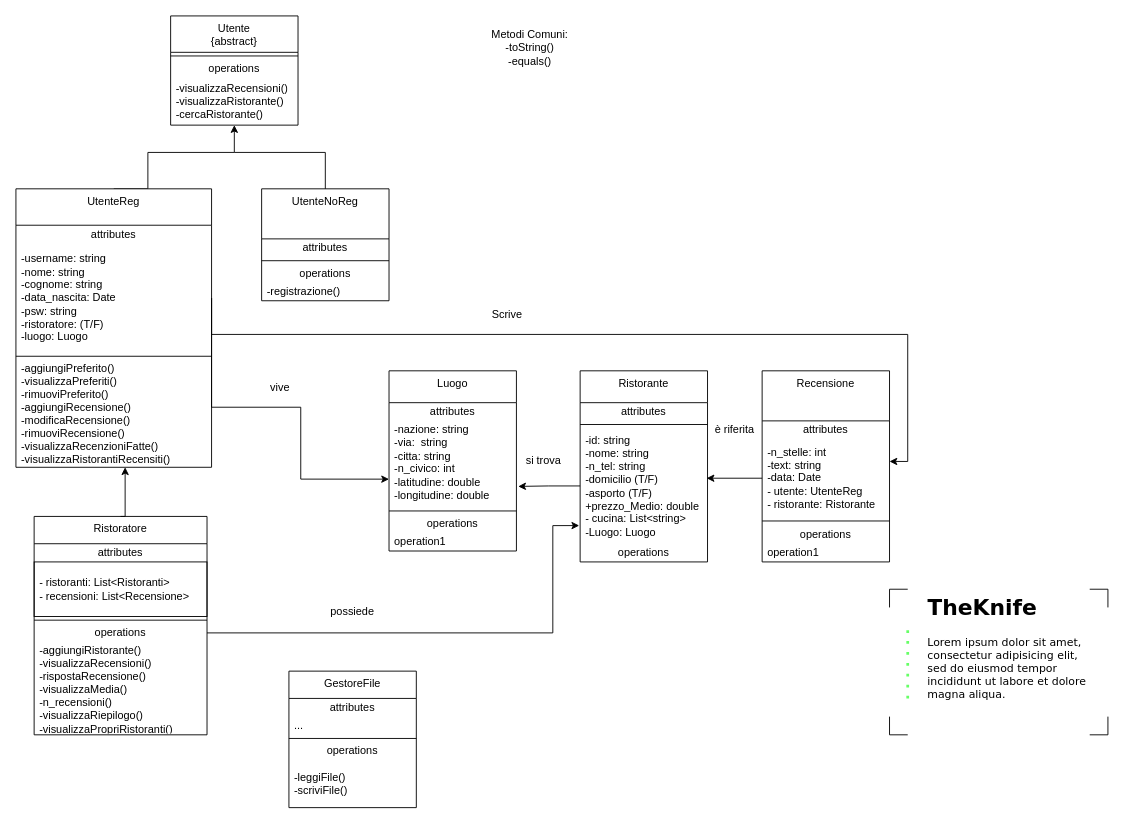
Tommaso-Ossuzio/TheKnife keeps this draw.io diagram as doc/UML.drawio. Above is the earlier version. Source tidied: cells renumbered, new cells numbered last; positions are measured from the earlier drawing's top-left corner, leaving out a move shared by most shapes. Both pictures are drawn from the tidied source at 91%, with x=0, y=0 at pixel (15, 15).
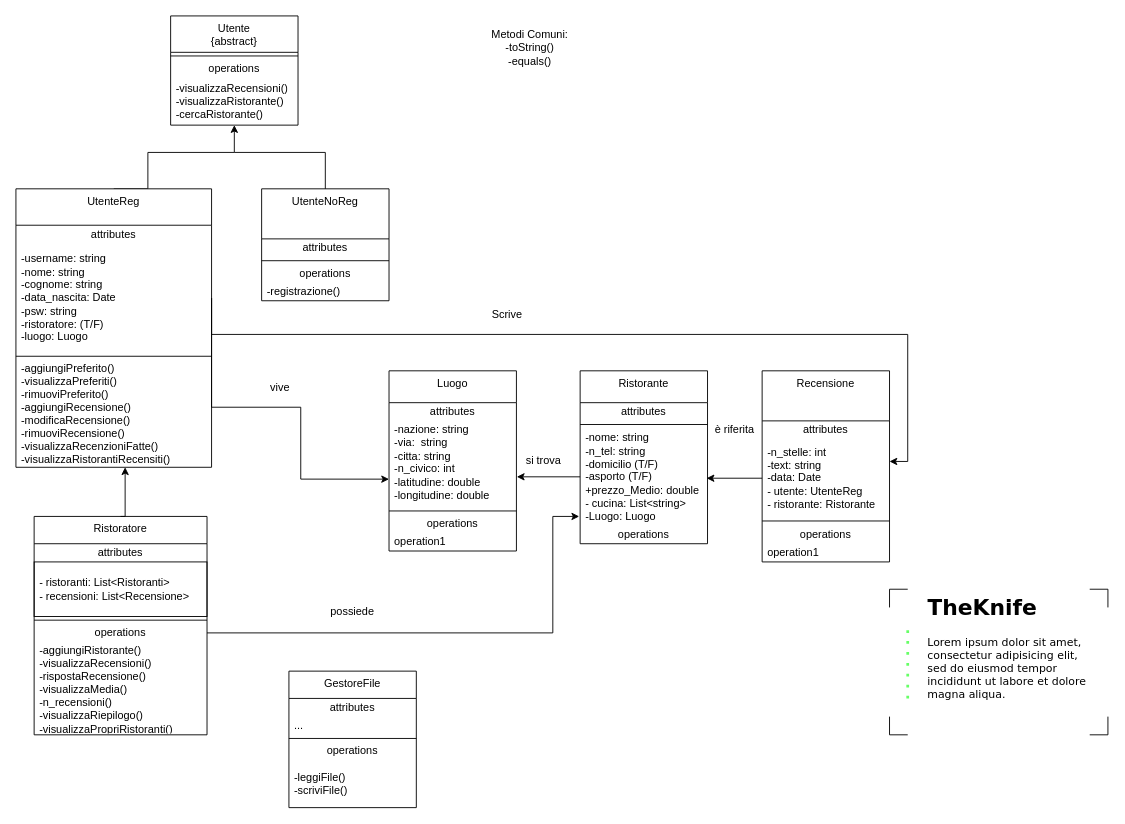
The same diagram, later.

Commit message (it also covers changes not shown here):
Creazione classe Ristorante, aggiornamento UML

The change refers to these unchanged cells:
```xml
<mxCell id="16" value="-nazione: string&lt;div&gt;-via:&amp;nbsp; string&lt;/div&gt;&lt;div&gt;-citta: string&lt;/div&gt;&lt;div&gt;-n_civico: int&lt;/div&gt;&lt;div&gt;&lt;div&gt;-latitudine: double&lt;/div&gt;&lt;div&gt;-longitudine: double&lt;/div&gt;&lt;/div&gt;&lt;div&gt;&lt;br&gt;&lt;/div&gt;" style="text;html=1;strokeColor=none;fillColor=none;align=left;verticalAlign=middle;spacingLeft=4;spacingRight=4;overflow=hidden;points=[[0,0.5],[1,0.5]];portConstraint=eastwest;whiteSpace=wrap;" parent="14" vertex="1">
  <mxGeometry y="55" width="140" height="95" as="geometry" />
</mxCell>
<mxCell id="45" value="operations" style="text;html=1;strokeColor=none;fillColor=none;align=center;verticalAlign=middle;spacingLeft=4;spacingRight=4;overflow=hidden;points=[[0,0.5],[1,0.5]];portConstraint=eastwest;whiteSpace=wrap;" parent="41" vertex="1">
  <mxGeometry y="118" width="190" height="20" as="geometry" />
</mxCell>
```

Change to the diagram source:
```diff
@@
     <mxCell id="9" value="Ristorante" style="swimlane;fontStyle=0;align=center;verticalAlign=top;horizontal=1;startSize=35;html=1;whiteSpace=wrap;" parent="1" vertex="1">
-      <mxGeometry x="620" y="390" width="140" height="210" as="geometry" />
+      <mxGeometry x="620" y="390" width="140" height="190" as="geometry" />
     </mxCell>
@@
-    <mxCell id="12" value="-id: string&lt;div&gt;&lt;span style=&quot;background-color: transparent; color: light-dark(rgb(0, 0, 0), rgb(255, 255, 255));&quot;&gt;-nome: string&lt;/span&gt;&lt;div&gt;-n_tel: string&lt;/div&gt;&lt;div&gt;-domicilio (T/F)&lt;/div&gt;&lt;div&gt;&lt;span style=&quot;background-color: transparent; color: light-dark(rgb(0, 0, 0), rgb(255, 255, 255));&quot;&gt;-asporto&amp;nbsp;&lt;/span&gt;&lt;span style=&quot;background-color: transparent; color: light-dark(rgb(0, 0, 0), rgb(255, 255, 255));&quot;&gt;(T/F)&lt;/span&gt;&lt;/div&gt;&lt;div&gt;+prezzo_Medio: double&lt;/div&gt;&lt;/div&gt;&lt;div&gt;- cucina: List&amp;lt;string&amp;gt;&lt;/div&gt;&lt;div&gt;-Luogo: Luogo&lt;/div&gt;" style="text;html=1;strokeColor=none;fillColor=none;align=left;verticalAlign=middle;spacingLeft=4;spacingRight=4;overflow=hidden;points=[[0,0.5],[1,0.5]];portConstraint=eastwest;whiteSpace=wrap;" parent="9" vertex="1">
-      <mxGeometry y="63" width="140" height="127" as="geometry" />
+    <mxCell id="12" value="&lt;div&gt;&lt;span style=&quot;background-color: transparent; color: light-dark(rgb(0, 0, 0), rgb(255, 255, 255));&quot;&gt;-nome: string&lt;/span&gt;&lt;div&gt;-n_tel: string&lt;/div&gt;&lt;div&gt;-domicilio (T/F)&lt;/div&gt;&lt;div&gt;&lt;span style=&quot;background-color: transparent; color: light-dark(rgb(0, 0, 0), rgb(255, 255, 255));&quot;&gt;-asporto&amp;nbsp;&lt;/span&gt;&lt;span style=&quot;background-color: transparent; color: light-dark(rgb(0, 0, 0), rgb(255, 255, 255));&quot;&gt;(T/F)&lt;/span&gt;&lt;/div&gt;&lt;div&gt;+prezzo_Medio: double&lt;/div&gt;&lt;/div&gt;&lt;div&gt;- cucina: List&amp;lt;string&amp;gt;&lt;/div&gt;&lt;div&gt;-Luogo: Luogo&lt;/div&gt;" style="text;html=1;strokeColor=none;fillColor=none;align=left;verticalAlign=middle;spacingLeft=4;spacingRight=4;overflow=hidden;points=[[0,0.5],[1,0.5]];portConstraint=eastwest;whiteSpace=wrap;" parent="9" vertex="1">
+      <mxGeometry y="63" width="140" height="107" as="geometry" />
     </mxCell>
     <mxCell id="13" value="operations" style="text;html=1;strokeColor=none;fillColor=none;align=center;verticalAlign=middle;spacingLeft=4;spacingRight=4;overflow=hidden;whiteSpace=wrap;" parent="9" vertex="1">
-      <mxGeometry y="190" width="140" height="20" as="geometry" />
+      <mxGeometry y="170" width="140" height="20" as="geometry" />
     </mxCell>
@@
-    <mxCell id="49" style="edgeStyle=orthogonalEdgeStyle;rounded=0;jettySize=auto;html=1;exitX=0;exitY=0.5;exitDx=0;exitDy=0;entryX=1.014;entryY=0.758;entryDx=0;entryDy=0;entryPerimeter=0;" parent="1" edge="1" source="12" target="16">
+    <mxCell id="49" style="edgeStyle=orthogonalEdgeStyle;rounded=0;jettySize=auto;html=1;exitX=0;exitY=0.5;exitDx=0;exitDy=0;entryX=1.003;entryY=0.647;entryDx=0;entryDy=0;entryPerimeter=0;" parent="1" edge="1" source="12" target="16">
       <mxGeometry relative="1" as="geometry" />
     </mxCell>
-    <mxCell id="50" style="edgeStyle=orthogonalEdgeStyle;rounded=0;jettySize=auto;html=1;exitX=1;exitY=0.5;exitDx=0;exitDy=0;entryX=-0.007;entryY=0.843;entryDx=0;entryDy=0;entryPerimeter=0;" parent="1" edge="1" source="45" target="12">
+    <mxCell id="50" style="edgeStyle=orthogonalEdgeStyle;rounded=0;jettySize=auto;html=1;exitX=1;exitY=0.5;exitDx=0;exitDy=0;" parent="1" edge="1" source="45">
       <mxGeometry relative="1" as="geometry">
+        <mxPoint x="619" y="550" as="targetPoint" />
         <Array as="points">
           <mxPoint x="590" y="678" />
-          <mxPoint x="590" y="560" />
+          <mxPoint x="590" y="550" />
+          <mxPoint x="619" y="550" />
         </Array>
       </mxGeometry>
     </mxCell>
```
